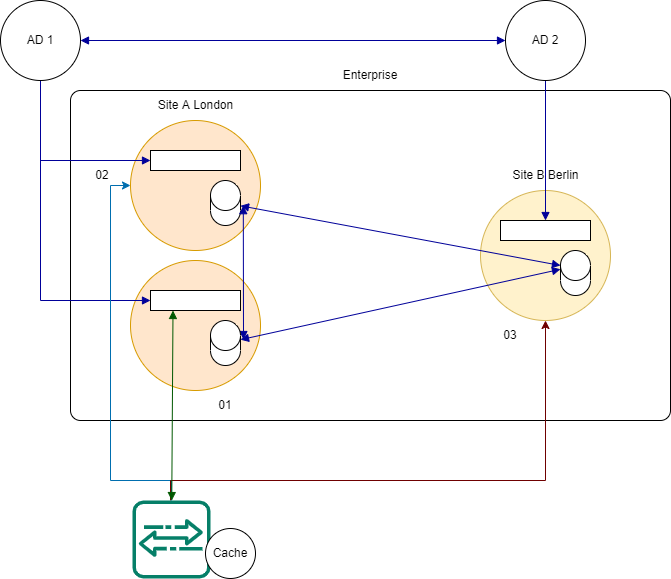
The draw.io diagram images/Imprivata.drawio.png in Radriverron/radriverron.github.io, before a commit. Source tidied: cells renumbered, new cells last; positions are measured from the earlier drawing's top-left corner, leaving out a move shared by most shapes.
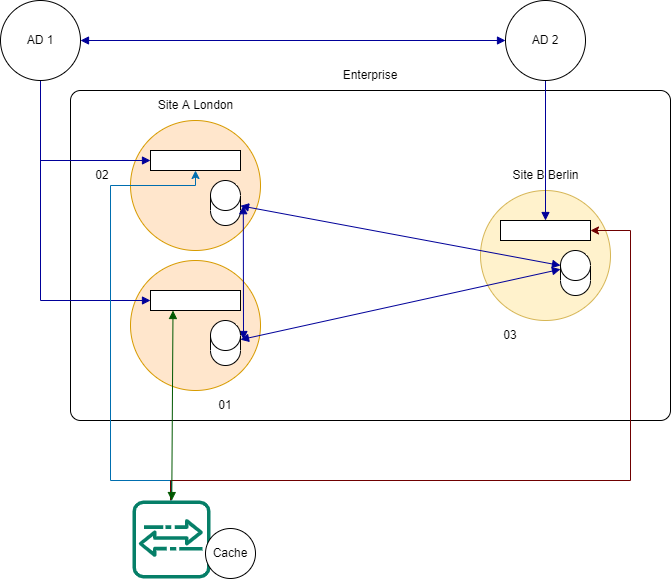
The same file after the commit.

Diff of the diagram source:
```diff
@@ -62,22 +62,24 @@
     <mxCell id="20" style="shape=cylinder3;whiteSpace=wrap;html=1;boundedLbl=1;backgroundOutline=1;size=15;" parent="1" vertex="1">
       <mxGeometry x="210" y="320" width="30" height="45" as="geometry" />
     </mxCell>
-    <mxCell id="21" style="edgeStyle=orthogonalEdgeStyle;rounded=0;jettySize=auto;html=1;entryX=0;entryY=0.5;entryDx=0;entryDy=0;strokeColor=#006EAF;fillColor=#1ba1e2;" parent="1" edge="1" target="3">
+    <mxCell id="21" style="edgeStyle=orthogonalEdgeStyle;rounded=0;jettySize=auto;html=1;entryX=0.5;entryY=1;entryDx=0;entryDy=0;strokeColor=#006EAF;fillColor=#1ba1e2;" parent="1" edge="1" target="10">
       <mxGeometry relative="1" as="geometry">
         <mxPoint x="171" y="500" as="sourcePoint" />
         <Array as="points">
           <mxPoint x="171" y="480" />
           <mxPoint x="110" y="480" />
           <mxPoint x="110" y="185" />
+          <mxPoint x="195" y="185" />
         </Array>
       </mxGeometry>
     </mxCell>
-    <mxCell id="22" style="edgeStyle=orthogonalEdgeStyle;rounded=0;jettySize=auto;html=1;entryX=0.5;entryY=1;entryDx=0;entryDy=0;strokeColor=#6F0000;fillColor=#a20025;" parent="1" edge="1" target="5">
+    <mxCell id="22" style="edgeStyle=orthogonalEdgeStyle;rounded=0;jettySize=auto;html=1;entryX=1;entryY=0.5;entryDx=0;entryDy=0;strokeColor=#6F0000;fillColor=#a20025;" parent="1" edge="1" target="14">
       <mxGeometry relative="1" as="geometry">
         <mxPoint x="170" y="500" as="sourcePoint" />
         <Array as="points">
           <mxPoint x="170" y="480" />
-          <mxPoint x="545" y="480" />
+          <mxPoint x="630" y="480" />
+          <mxPoint x="630" y="230" />
         </Array>
       </mxGeometry>
     </mxCell>
```
